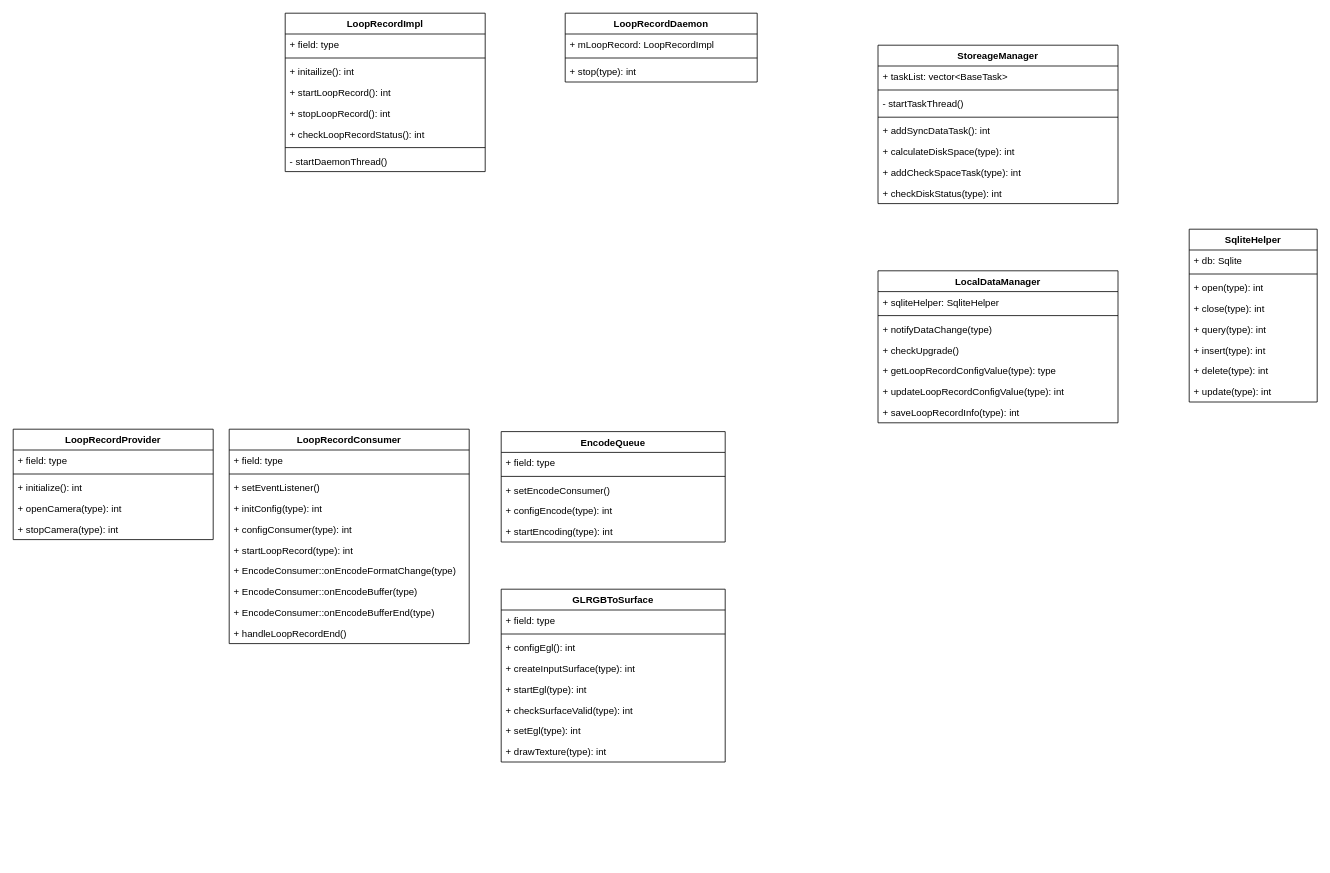
milk1990/AndFix keeps this draw.io diagram as page "类图" (3 of 6) of cameraservice.drawio. Above is the earlier version. Source tidied: cells renumbered, new cells numbered last; positions are measured from the earlier drawing's top-left corner, leaving out a move shared by most shapes. Both pictures are drawn from the tidied source at 80%, with x=0, y=0 at pixel (13, 13).
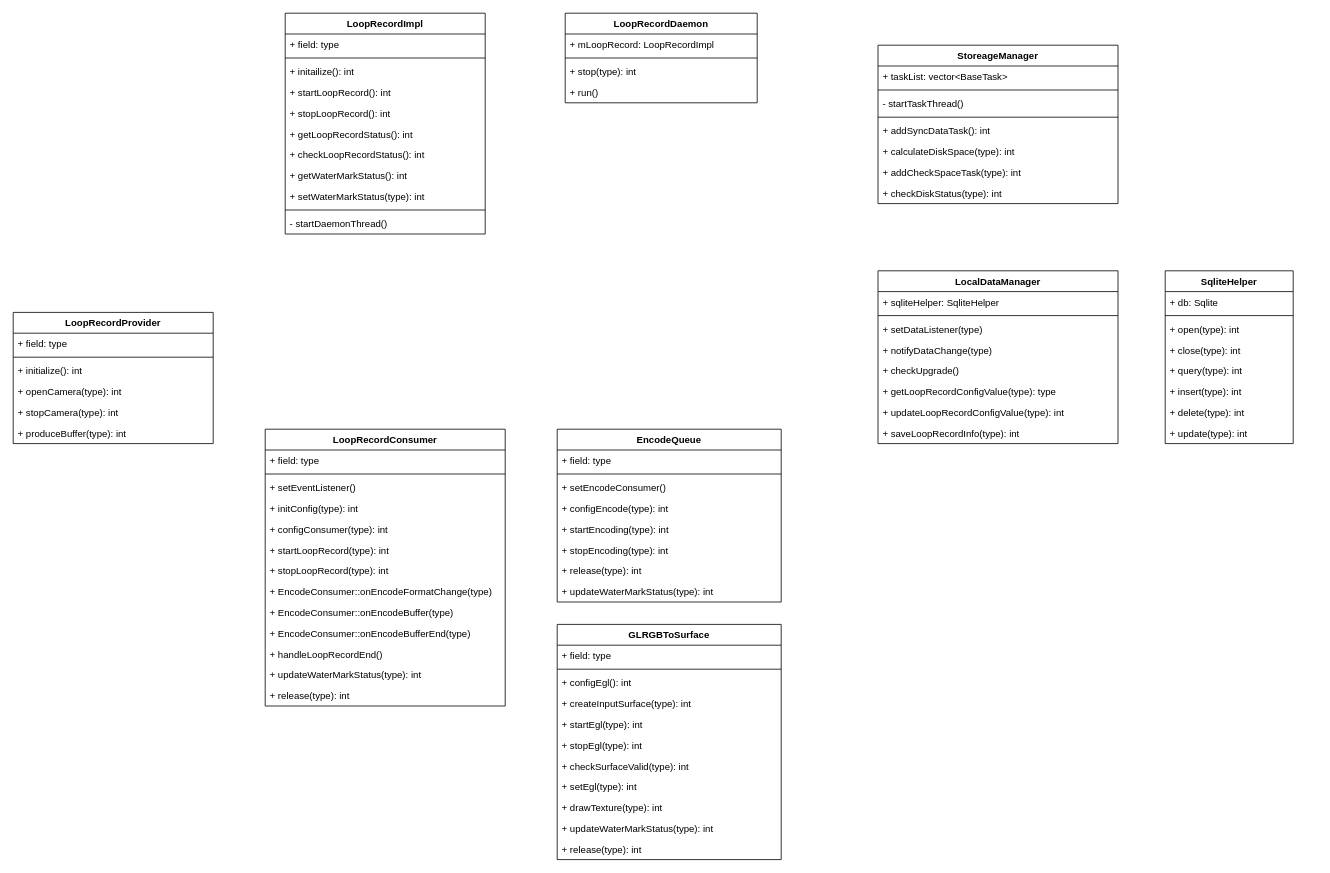
The same diagram, later.

The edit, as a diff of the source:
```diff
@@
     <mxCell id="2" value="SqliteHelper" style="swimlane;fontStyle=1;align=center;verticalAlign=top;horizontal=1;startSize=26;" parent="1" vertex="1">
-      <mxGeometry x="1470" y="270" width="160" height="216" as="geometry" />
+      <mxGeometry x="1440" y="322" width="160" height="216" as="geometry" />
     </mxCell>
@@
     <mxCell id="20" value="LoopRecordConsumer" style="swimlane;fontStyle=1;align=center;verticalAlign=top;horizontal=1;startSize=26;" parent="1" vertex="1">
-      <mxGeometry x="270" y="520" width="300" height="268" as="geometry" />
+      <mxGeometry x="315" y="520" width="300" height="346" as="geometry" />
     </mxCell>
@@
+    <mxCell id="73" value="+ stopLoopRecord(type): int" style="text;strokeColor=none;fillColor=none;align=left;verticalAlign=top;spacingLeft=4;spacingRight=4;overflow=hidden;" parent="20" vertex="1">
+      <mxGeometry y="164" width="300" height="26" as="geometry" />
+    </mxCell>
     <mxCell id="27" value="+ EncodeConsumer::onEncodeFormatChange(type)" style="text;strokeColor=none;fillColor=none;align=left;verticalAlign=top;spacingLeft=4;spacingRight=4;overflow=hidden;" parent="20" vertex="1">
-      <mxGeometry y="164" width="300" height="26" as="geometry" />
+      <mxGeometry y="190" width="300" height="26" as="geometry" />
     </mxCell>
     <mxCell id="28" value="+ EncodeConsumer::onEncodeBuffer(type)" style="text;strokeColor=none;fillColor=none;align=left;verticalAlign=top;spacingLeft=4;spacingRight=4;overflow=hidden;" parent="20" vertex="1">
-      <mxGeometry y="190" width="300" height="26" as="geometry" />
+      <mxGeometry y="216" width="300" height="26" as="geometry" />
     </mxCell>
     <mxCell id="29" value="+ EncodeConsumer::onEncodeBufferEnd(type)" style="text;strokeColor=none;fillColor=none;align=left;verticalAlign=top;spacingLeft=4;spacingRight=4;overflow=hidden;" parent="20" vertex="1">
-      <mxGeometry y="216" width="300" height="26" as="geometry" />
+      <mxGeometry y="242" width="300" height="26" as="geometry" />
     </mxCell>
     <mxCell id="30" value="+ handleLoopRecordEnd()" style="text;strokeColor=none;fillColor=none;align=left;verticalAlign=top;spacingLeft=4;spacingRight=4;overflow=hidden;" parent="20" vertex="1">
-      <mxGeometry y="242" width="300" height="26" as="geometry" />
+      <mxGeometry y="268" width="300" height="26" as="geometry" />
     </mxCell>
+    <mxCell id="74" value="+ updateWaterMarkStatus(type): int" style="text;strokeColor=none;fillColor=none;align=left;verticalAlign=top;spacingLeft=4;spacingRight=4;overflow=hidden;shadow=0;fontColor=#000000;" parent="20" vertex="1">
+      <mxGeometry y="294" width="300" height="26" as="geometry" />
+    </mxCell>
+    <mxCell id="75" value="+ release(type): int" style="text;strokeColor=none;fillColor=none;align=left;verticalAlign=top;spacingLeft=4;spacingRight=4;overflow=hidden;" parent="20" vertex="1">
+      <mxGeometry y="320" width="300" height="26" as="geometry" />
+    </mxCell>
     <mxCell id="31" value="GLRGBToSurface" style="swimlane;fontStyle=1;align=center;verticalAlign=top;horizontal=1;startSize=26;" parent="1" vertex="1">
-      <mxGeometry x="610" y="720" width="280" height="216" as="geometry" />
+      <mxGeometry x="680" y="764" width="280" height="294" as="geometry" />
     </mxCell>
@@
+    <mxCell id="76" value="+ stopEgl(type): int" style="text;strokeColor=none;fillColor=none;align=left;verticalAlign=top;spacingLeft=4;spacingRight=4;overflow=hidden;" parent="31" vertex="1">
+      <mxGeometry y="138" width="280" height="26" as="geometry" />
+    </mxCell>
     <mxCell id="37" value="+ checkSurfaceValid(type): int" style="text;strokeColor=none;fillColor=none;align=left;verticalAlign=top;spacingLeft=4;spacingRight=4;overflow=hidden;" parent="31" vertex="1">
-      <mxGeometry y="138" width="280" height="26" as="geometry" />
+      <mxGeometry y="164" width="280" height="26" as="geometry" />
     </mxCell>
     <mxCell id="38" value="+ setEgl(type): int" style="text;strokeColor=none;fillColor=none;align=left;verticalAlign=top;spacingLeft=4;spacingRight=4;overflow=hidden;" parent="31" vertex="1">
-      <mxGeometry y="164" width="280" height="26" as="geometry" />
+      <mxGeometry y="190" width="280" height="26" as="geometry" />
     </mxCell>
     <mxCell id="39" value="+ drawTexture(type): int" style="text;strokeColor=none;fillColor=none;align=left;verticalAlign=top;spacingLeft=4;spacingRight=4;overflow=hidden;" parent="31" vertex="1">
-      <mxGeometry y="190" width="280" height="26" as="geometry" />
+      <mxGeometry y="216" width="280" height="26" as="geometry" />
     </mxCell>
+    <mxCell id="77" value="+ updateWaterMarkStatus(type): int" style="text;strokeColor=none;fillColor=none;align=left;verticalAlign=top;spacingLeft=4;spacingRight=4;overflow=hidden;shadow=0;fontColor=#000000;" parent="31" vertex="1">
+      <mxGeometry y="242" width="280" height="26" as="geometry" />
+    </mxCell>
+    <mxCell id="78" value="+ release(type): int" style="text;strokeColor=none;fillColor=none;align=left;verticalAlign=top;spacingLeft=4;spacingRight=4;overflow=hidden;" parent="31" vertex="1">
+      <mxGeometry y="268" width="280" height="26" as="geometry" />
+    </mxCell>
     <mxCell id="40" value="EncodeQueue" style="swimlane;fontStyle=1;align=center;verticalAlign=top;horizontal=1;startSize=26;" parent="1" vertex="1">
-      <mxGeometry x="610" y="523" width="280" height="138" as="geometry" />
+      <mxGeometry x="680" y="520" width="280" height="216" as="geometry" />
     </mxCell>
@@
+    <mxCell id="79" value="+ stopEncoding(type): int" style="text;strokeColor=none;fillColor=none;align=left;verticalAlign=top;spacingLeft=4;spacingRight=4;overflow=hidden;" parent="40" vertex="1">
+      <mxGeometry y="138" width="280" height="26" as="geometry" />
+    </mxCell>
+    <mxCell id="80" value="+ release(type): int" style="text;strokeColor=none;fillColor=none;align=left;verticalAlign=top;spacingLeft=4;spacingRight=4;overflow=hidden;" parent="40" vertex="1">
+      <mxGeometry y="164" width="280" height="26" as="geometry" />
+    </mxCell>
+    <mxCell id="81" value="+ updateWaterMarkStatus(type): int" style="text;strokeColor=none;fillColor=none;align=left;verticalAlign=top;spacingLeft=4;spacingRight=4;overflow=hidden;shadow=0;fontColor=#000000;" parent="40" vertex="1">
+      <mxGeometry y="190" width="280" height="26" as="geometry" />
+    </mxCell>
     <mxCell id="46" value="LoopRecordProvider" style="swimlane;fontStyle=1;align=center;verticalAlign=top;horizontal=1;startSize=26;" parent="1" vertex="1">
-      <mxGeometry y="520" width="250" height="138" as="geometry" />
+      <mxGeometry y="374" width="250" height="164" as="geometry" />
     </mxCell>
@@
+    <mxCell id="82" value="+ produceBuffer(type): int" style="text;strokeColor=none;fillColor=none;align=left;verticalAlign=top;spacingLeft=4;spacingRight=4;overflow=hidden;shadow=0;fontColor=#000000;" parent="46" vertex="1">
+      <mxGeometry y="138" width="250" height="26" as="geometry" />
+    </mxCell>
     <mxCell id="52" value="LoopRecordImpl" style="swimlane;fontStyle=1;align=center;verticalAlign=top;horizontal=1;startSize=26;" parent="1" vertex="1">
-      <mxGeometry x="340" width="250" height="198" as="geometry" />
+      <mxGeometry x="340" width="250" height="276" as="geometry" />
     </mxCell>
@@
+    <mxCell id="83" value="+ getLoopRecordStatus(): int" style="text;strokeColor=none;fillColor=none;align=left;verticalAlign=top;spacingLeft=4;spacingRight=4;overflow=hidden;shadow=0;fontColor=#000000;" parent="52" vertex="1">
+      <mxGeometry y="138" width="250" height="26" as="geometry" />
+    </mxCell>
     <mxCell id="58" value="+ checkLoopRecordStatus(): int" style="text;strokeColor=none;fillColor=none;align=left;verticalAlign=top;spacingLeft=4;spacingRight=4;overflow=hidden;shadow=0;fontColor=#000000;" parent="52" vertex="1">
-      <mxGeometry y="138" width="250" height="26" as="geometry" />
+      <mxGeometry y="164" width="250" height="26" as="geometry" />
     </mxCell>
+    <mxCell id="84" value="+ getWaterMarkStatus(): int" style="text;strokeColor=none;fillColor=none;align=left;verticalAlign=top;spacingLeft=4;spacingRight=4;overflow=hidden;shadow=0;fontColor=#000000;" parent="52" vertex="1">
+      <mxGeometry y="190" width="250" height="26" as="geometry" />
+    </mxCell>
+    <mxCell id="85" value="+ setWaterMarkStatus(type): int" style="text;strokeColor=none;fillColor=none;align=left;verticalAlign=top;spacingLeft=4;spacingRight=4;overflow=hidden;shadow=0;fontColor=#000000;" parent="52" vertex="1">
+      <mxGeometry y="216" width="250" height="26" as="geometry" />
+    </mxCell>
     <mxCell id="59" style="line;strokeWidth=1;fillColor=none;align=left;verticalAlign=middle;spacingTop=-1;spacingLeft=3;spacingRight=3;labelPosition=right;shadow=0;fontColor=#000000;" parent="52" vertex="1">
-      <mxGeometry y="164" width="250" height="8" as="geometry" />
+      <mxGeometry y="242" width="250" height="8" as="geometry" />
     </mxCell>
     <mxCell id="60" value="- startDaemonThread()" style="text;strokeColor=none;fillColor=none;align=left;verticalAlign=top;spacingLeft=4;spacingRight=4;overflow=hidden;shadow=0;fontColor=#000000;" parent="52" vertex="1">
-      <mxGeometry y="172" width="250" height="26" as="geometry" />
+      <mxGeometry y="250" width="250" height="26" as="geometry" />
     </mxCell>
     <mxCell id="61" value="LoopRecordDaemon" style="swimlane;fontStyle=1;align=center;verticalAlign=top;horizontal=1;startSize=26;" parent="1" vertex="1">
-      <mxGeometry x="690" width="240" height="86" as="geometry" />
+      <mxGeometry x="690" width="240" height="112" as="geometry" />
     </mxCell>
@@
+    <mxCell id="86" value="+ stop(type): int" style="text;strokeColor=none;fillColor=none;align=left;verticalAlign=top;spacingLeft=4;spacingRight=4;overflow=hidden;" parent="61" vertex="1">
+      <mxGeometry y="60" width="240" height="26" as="geometry" />
+    </mxCell>
-    <mxCell id="64" value="+ stop(type): int" style="text;strokeColor=none;fillColor=none;align=left;verticalAlign=top;spacingLeft=4;spacingRight=4;overflow=hidden;" parent="61" vertex="1">
-      <mxGeometry y="60" width="240" height="26" as="geometry" />
+    <mxCell id="64" value="+ run()" style="text;strokeColor=none;fillColor=none;align=left;verticalAlign=top;spacingLeft=4;spacingRight=4;overflow=hidden;" parent="61" vertex="1">
+      <mxGeometry y="86" width="240" height="26" as="geometry" />
     </mxCell>
     <mxCell id="65" value="LocalDataManager" style="swimlane;fontStyle=1;align=center;verticalAlign=top;horizontal=1;startSize=26;" parent="1" vertex="1">
-      <mxGeometry x="1081" y="322" width="300" height="190" as="geometry" />
+      <mxGeometry x="1081" y="322" width="300" height="216" as="geometry" />
     </mxCell>
@@
+    <mxCell id="87" value="+ setDataListener(type)" style="text;strokeColor=none;fillColor=none;align=left;verticalAlign=top;spacingLeft=4;spacingRight=4;overflow=hidden;" parent="65" vertex="1">
+      <mxGeometry y="60" width="300" height="26" as="geometry" />
+    </mxCell>
     <mxCell id="68" value="+ notifyDataChange(type)" style="text;strokeColor=none;fillColor=none;align=left;verticalAlign=top;spacingLeft=4;spacingRight=4;overflow=hidden;" parent="65" vertex="1">
-      <mxGeometry y="60" width="300" height="26" as="geometry" />
+      <mxGeometry y="86" width="300" height="26" as="geometry" />
     </mxCell>
     <mxCell id="69" value="+ checkUpgrade()" style="text;strokeColor=none;fillColor=none;align=left;verticalAlign=top;spacingLeft=4;spacingRight=4;overflow=hidden;" parent="65" vertex="1">
-      <mxGeometry y="86" width="300" height="26" as="geometry" />
+      <mxGeometry y="112" width="300" height="26" as="geometry" />
     </mxCell>
     <mxCell id="70" value="+ getLoopRecordConfigValue(type): type" style="text;strokeColor=none;fillColor=none;align=left;verticalAlign=top;spacingLeft=4;spacingRight=4;overflow=hidden;" parent="65" vertex="1">
-      <mxGeometry y="112" width="300" height="26" as="geometry" />
+      <mxGeometry y="138" width="300" height="26" as="geometry" />
     </mxCell>
     <mxCell id="71" value="+ updateLoopRecordConfigValue(type): int" style="text;strokeColor=none;fillColor=none;align=left;verticalAlign=top;spacingLeft=4;spacingRight=4;overflow=hidden;" parent="65" vertex="1">
-      <mxGeometry y="138" width="300" height="26" as="geometry" />
+      <mxGeometry y="164" width="300" height="26" as="geometry" />
     </mxCell>
     <mxCell id="72" value="+ saveLoopRecordInfo(type): int" style="text;strokeColor=none;fillColor=none;align=left;verticalAlign=top;spacingLeft=4;spacingRight=4;overflow=hidden;" parent="65" vertex="1">
-      <mxGeometry y="164" width="300" height="26" as="geometry" />
+      <mxGeometry y="190" width="300" height="26" as="geometry" />
     </mxCell>
```
